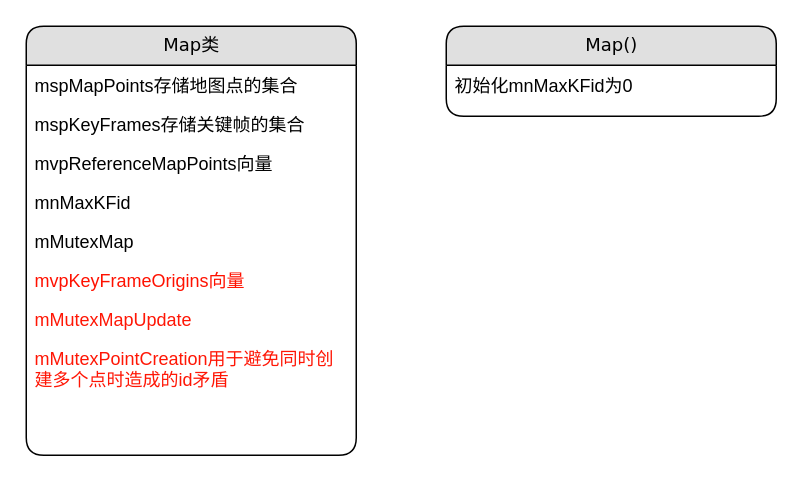
Earlier version of the draw.io diagram page "Map" (5 of 13) of Untitled Diagram.drawio (gtx818/visual-SLAM). Source tidied: cells renumbered, new cells numbered last; positions are measured from the earlier drawing's top-left corner, leaving out a move shared by most shapes. Both pictures are drawn from the tidied source at 150%, with x=0, y=0 at pixel (26, 26).
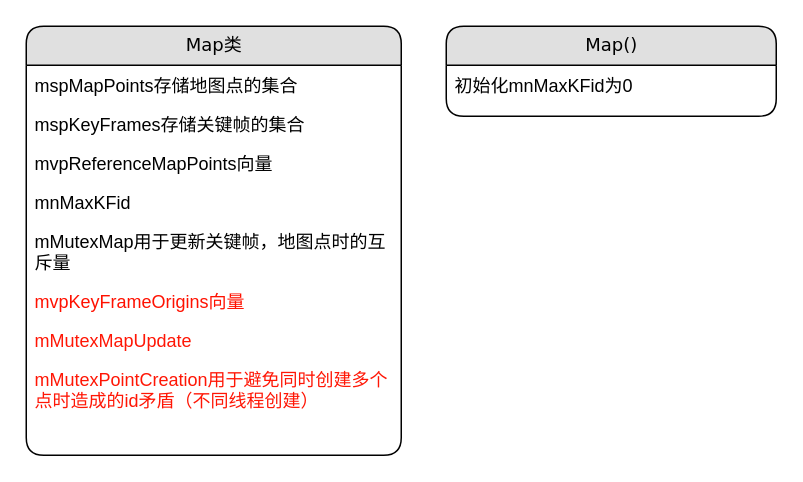
The same diagram, later.

Diff of the diagram source:
```diff
@@
 <mxGraphModel>
   <root>
     <mxCell id="0" />
     <mxCell id="1" parent="0" />
     <mxCell id="2" value="Map类" style="swimlane;html=1;fontStyle=0;horizontal=1;startSize=26;fillColor=#e0e0e0;swimlaneFillColor=#ffffff;align=center;rounded=1;shadow=0;comic=0;labelBackgroundColor=none;strokeWidth=1;fontFamily=Verdana;fontSize=12;" parent="1" vertex="1">
-      <mxGeometry width="220" height="286" as="geometry" />
+      <mxGeometry width="250" height="286" as="geometry" />
     </mxCell>
     <mxCell id="3" value="mspMapPoints存储地图点的集合" style="text;html=1;strokeColor=none;fillColor=none;spacingLeft=4;spacingRight=4;whiteSpace=wrap;overflow=hidden;" parent="2" vertex="1">
-      <mxGeometry y="26" width="220" height="26" as="geometry" />
+      <mxGeometry y="26" width="250" height="26" as="geometry" />
     </mxCell>
     <mxCell id="4" value="mspKeyFrames存储关键帧的集合" style="text;html=1;strokeColor=none;fillColor=none;spacingLeft=4;spacingRight=4;whiteSpace=wrap;overflow=hidden;" parent="2" vertex="1">
-      <mxGeometry y="52" width="220" height="26" as="geometry" />
+      <mxGeometry y="52" width="250" height="26" as="geometry" />
     </mxCell>
     <mxCell id="5" value="mvpReferenceMapPoints向量" style="text;html=1;strokeColor=none;fillColor=none;spacingLeft=4;spacingRight=4;whiteSpace=wrap;overflow=hidden;" parent="2" vertex="1">
-      <mxGeometry y="78" width="220" height="26" as="geometry" />
+      <mxGeometry y="78" width="250" height="26" as="geometry" />
     </mxCell>
     <mxCell id="6" value="mnMaxKFid" style="text;html=1;strokeColor=none;fillColor=none;spacingLeft=4;spacingRight=4;whiteSpace=wrap;overflow=hidden;" parent="2" vertex="1">
-      <mxGeometry y="104" width="220" height="26" as="geometry" />
+      <mxGeometry y="104" width="250" height="26" as="geometry" />
     </mxCell>
-    <mxCell id="7" value="mMutexMap" style="text;html=1;strokeColor=none;fillColor=none;spacingLeft=4;spacingRight=4;whiteSpace=wrap;overflow=hidden;" parent="2" vertex="1">
-      <mxGeometry y="130" width="220" height="26" as="geometry" />
+    <mxCell id="7" value="mMutexMap用于更新关键帧，地图点时的互斥量" style="text;html=1;strokeColor=none;fillColor=none;spacingLeft=4;spacingRight=4;whiteSpace=wrap;overflow=hidden;" parent="2" vertex="1">
+      <mxGeometry y="130" width="250" height="40" as="geometry" />
     </mxCell>
     <mxCell id="8" value="&lt;font color=&quot;#ff1100&quot;&gt;mvpKeyFrameOrigins向量&lt;/font&gt;" style="text;html=1;strokeColor=none;fillColor=none;spacingLeft=4;spacingRight=4;whiteSpace=wrap;overflow=hidden;" parent="2" vertex="1">
-      <mxGeometry y="156" width="220" height="26" as="geometry" />
+      <mxGeometry y="170" width="250" height="26" as="geometry" />
     </mxCell>
     <mxCell id="9" value="&lt;font color=&quot;#ff1605&quot;&gt;mMutexMapUpdate&lt;/font&gt;" style="text;html=1;strokeColor=none;fillColor=none;spacingLeft=4;spacingRight=4;whiteSpace=wrap;overflow=hidden;" parent="2" vertex="1">
-      <mxGeometry y="182" width="220" height="26" as="geometry" />
+      <mxGeometry y="196" width="250" height="26" as="geometry" />
     </mxCell>
-    <mxCell id="10" value="&lt;font color=&quot;#ff1605&quot;&gt;mMutexPointCreation用于避免同时创建多个点时造成的id矛盾&lt;/font&gt;" style="text;html=1;strokeColor=none;fillColor=none;spacingLeft=4;spacingRight=4;whiteSpace=wrap;overflow=hidden;" parent="2" vertex="1">
-      <mxGeometry y="208" width="220" height="42" as="geometry" />
+    <mxCell id="10" value="&lt;font color=&quot;#ff1605&quot;&gt;mMutexPointCreation用于避免同时创建多个点时造成的id矛盾（不同线程创建）&lt;/font&gt;" style="text;html=1;strokeColor=none;fillColor=none;spacingLeft=4;spacingRight=4;whiteSpace=wrap;overflow=hidden;" parent="2" vertex="1">
+      <mxGeometry y="222" width="250" height="42" as="geometry" />
     </mxCell>
     <mxCell id="11" value="Map()" style="swimlane;html=1;fontStyle=0;horizontal=1;startSize=26;fillColor=#e0e0e0;swimlaneFillColor=#ffffff;align=center;rounded=1;shadow=0;comic=0;labelBackgroundColor=none;strokeWidth=1;fontFamily=Verdana;fontSize=12;" parent="1" vertex="1">
       <mxGeometry x="280" width="220" height="60" as="geometry" />
     </mxCell>
     <mxCell id="12" value="初始化mnMaxKFid为0" style="text;html=1;strokeColor=none;fillColor=none;spacingLeft=4;spacingRight=4;whiteSpace=wrap;overflow=hidden;" parent="11" vertex="1">
       <mxGeometry y="26" width="220" height="26" as="geometry" />
     </mxCell>
   </root>
 </mxGraphModel>
```
